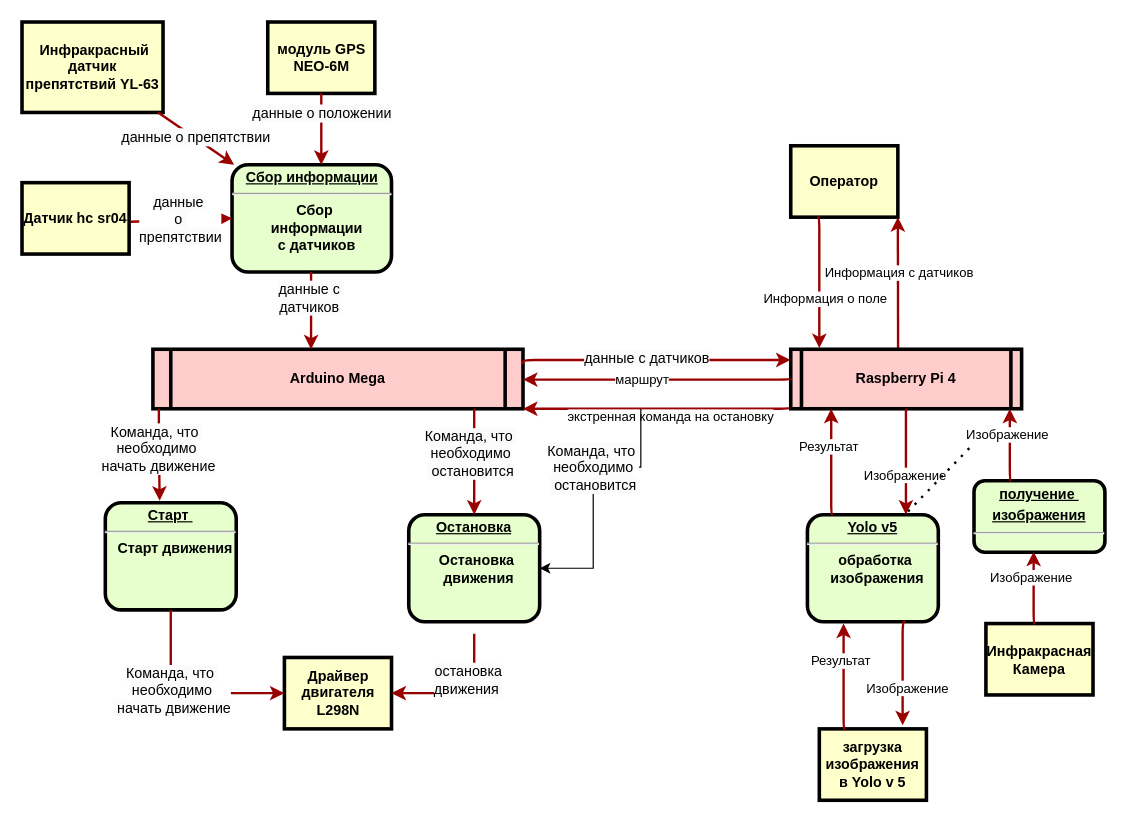
This is dfdardplusras.drawio from Fgeeha/draw.io, a draw.io file, before an edit. Source tidied: cells renumbered, new cells numbered last; positions are measured from the earlier drawing's top-left corner, leaving out a move shared by most shapes. Both pictures are drawn from the tidied source at 119%, with x=0, y=0 at pixel (21, 21).
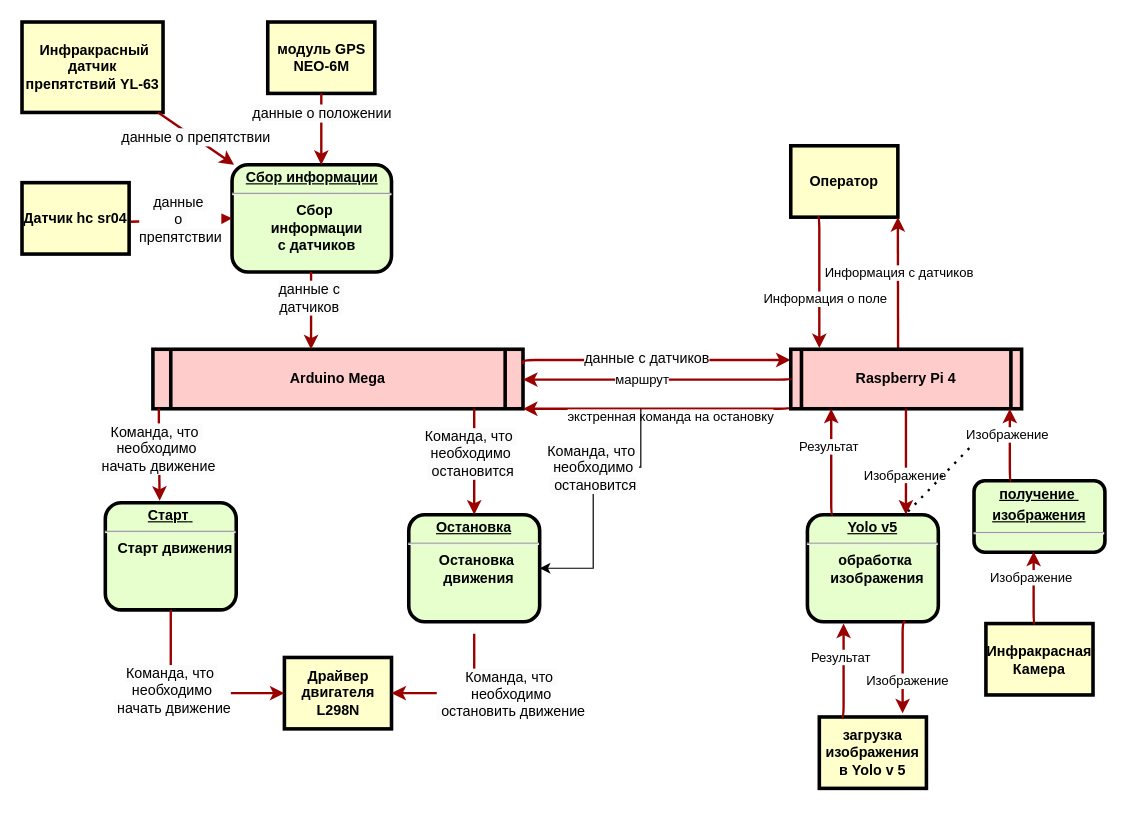
Above is the later version.

The change refers to these unchanged cells:
```xml
<mxCell id="26" style="edgeStyle=elbowEdgeStyle;elbow=horizontal;strokeColor=#990000;strokeWidth=2;entryX=1;entryY=0.5;entryDx=0;entryDy=0;" parent="1" edge="1" target="8">
  <mxGeometry relative="1" as="geometry">
    <mxPoint x="380" y="514" as="sourcePoint" />
    <Array as="points">
      <mxPoint x="380" y="554" />
    </Array>
  </mxGeometry>
</mxCell>
```

Diff of the diagram source:
```diff
@@
-    <mxCell id="27" value="&lt;div&gt;&lt;span style=&quot;background-color: rgb(251, 251, 251); font-size: 12px;&quot;&gt;остановка&lt;/span&gt;&lt;br&gt;&lt;/div&gt;&lt;span style=&quot;font-size: 12px; background-color: rgb(251, 251, 251);&quot;&gt;движения&amp;nbsp;&lt;/span&gt;" style="edgeLabel;html=1;align=center;verticalAlign=middle;" parent="26" vertex="1">
+    <mxCell id="27" value="&lt;span style=&quot;font-size: 12px; background-color: rgb(251, 251, 251);&quot;&gt;Команда, что&amp;nbsp;&lt;/span&gt;&lt;br style=&quot;padding: 0px; margin: 0px; font-size: 12px; background-color: rgb(251, 251, 251);&quot;&gt;&lt;span style=&quot;font-size: 12px; background-color: rgb(251, 251, 251);&quot;&gt;необходимо&lt;/span&gt;&lt;br style=&quot;padding: 0px; margin: 0px; font-size: 12px; background-color: rgb(251, 251, 251);&quot;&gt;&lt;span style=&quot;font-size: 12px; background-color: rgb(251, 251, 251);&quot;&gt;&amp;nbsp;остановить движение&lt;/span&gt;" style="edgeLabel;html=1;align=center;verticalAlign=middle;" parent="26" vertex="1">
       <mxGeometry x="-0.35" y="-6" relative="1" as="geometry">
-        <mxPoint y="-1" as="offset" />
+        <mxPoint x="36" y="11" as="offset" />
       </mxGeometry>
     </mxCell>
@@
     <mxCell id="43" value="загрузка изображения в Yolo v 5" style="whiteSpace=wrap;align=center;verticalAlign=middle;fontStyle=1;strokeWidth=3;fillColor=#FFFFCC;" parent="1" vertex="1">
-      <mxGeometry x="670" y="594" width="90" height="60" as="geometry" />
+      <mxGeometry x="670" y="584" width="90" height="60" as="geometry" />
     </mxCell>
@@
-    <mxCell id="55" style="edgeStyle=elbowEdgeStyle;elbow=horizontal;strokeColor=#990000;strokeWidth=2;exitX=0.124;exitY=0.005;exitDx=0;exitDy=0;exitPerimeter=0;" parent="1" edge="1">
+    <mxCell id="55" style="edgeStyle=elbowEdgeStyle;elbow=horizontal;strokeColor=#990000;strokeWidth=2;exitX=0.208;exitY=0.003;exitDx=0;exitDy=0;exitPerimeter=0;" parent="1" edge="1" source="43">
       <mxGeometry relative="1" as="geometry">
-        <mxPoint x="691.6" y="594.5" as="sourcePoint" />
         <mxPoint x="690.4" y="505.5" as="targetPoint" />
         <Array as="points">
           <mxPoint x="690.4" y="554.2" />
         </Array>
       </mxGeometry>
     </mxCell>
```
